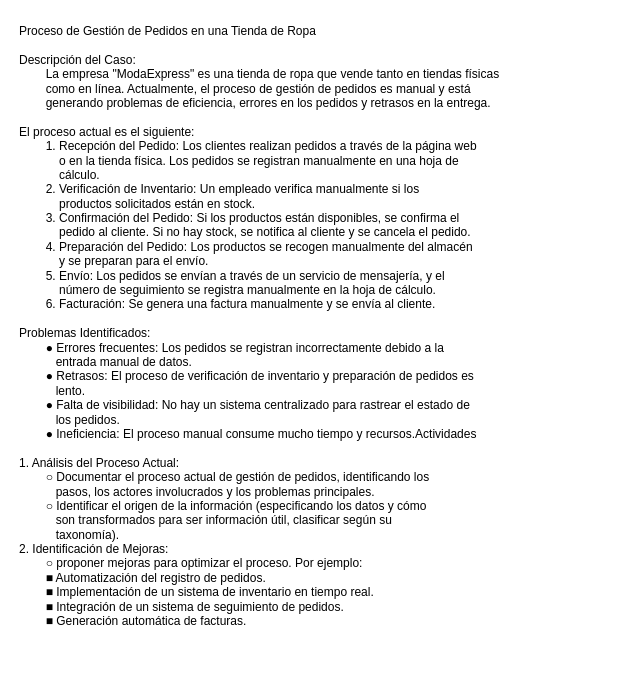
This is page "Casos de Uso" (1 of 4) of presentacion.drawio from maurobanegas43/Presentacion, a draw.io file, before an edit. Source tidied: cells renumbered, new cells numbered last; positions are measured from the earlier drawing's top-left corner, leaving out a move shared by most shapes. Both pictures are drawn from the tidied source at 100%, with x=0, y=0 at pixel (17, 17).
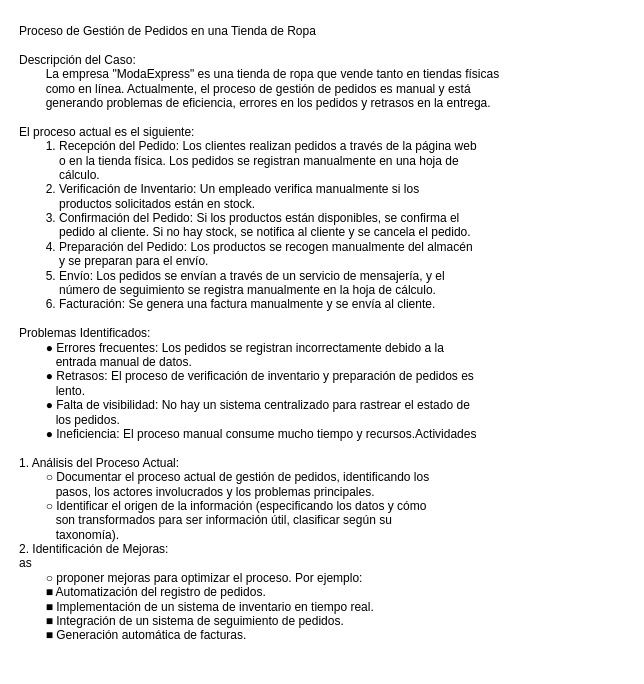
The same diagram, later.

What changed in the source:
```diff
@@
 <mxGraphModel>
   <root>
     <mxCell id="0" />
     <mxCell id="1" parent="0" />
-    <mxCell id="2" value="Proceso de Gestión de Pedidos en una Tienda de Ropa&lt;br&gt;&lt;br&gt;&lt;div&gt;Descripción del Caso:&lt;br&gt;&lt;span style=&quot;white-space: pre;&quot;&gt;&#9;&lt;/span&gt;La empresa &quot;ModaExpress&quot; es una tienda de ropa que vende tanto en tiendas físicas&lt;br&gt;&lt;span style=&quot;white-space: pre;&quot;&gt;&#9;&lt;/span&gt;como en línea. Actualmente, el proceso de gestión de pedidos es manual y está&lt;br&gt;&lt;span style=&quot;white-space: pre;&quot;&gt;&#9;&lt;/span&gt;generando problemas de eficiencia, errores en los pedidos y retrasos en la entrega.&lt;br&gt;&lt;br&gt;&lt;/div&gt;&lt;div&gt;El proceso actual es el siguiente:&lt;br&gt;&lt;span style=&quot;white-space: pre;&quot;&gt;&#9;&lt;/span&gt;1. Recepción del Pedido: Los clientes realizan pedidos a través de la página web&lt;br&gt;&lt;span style=&quot;white-space: pre;&quot;&gt;&#9;&lt;/span&gt;&amp;nbsp; &amp;nbsp; o en la tienda física. Los pedidos se registran manualmente en una hoja de&lt;br&gt;&lt;span style=&quot;white-space: pre;&quot;&gt;&#9;&lt;/span&gt;&amp;nbsp; &amp;nbsp; cálculo.&lt;br&gt;&lt;span style=&quot;white-space: pre;&quot;&gt;&#9;&lt;/span&gt;2. Verificación de Inventario: Un empleado verifica manualmente si los&lt;br&gt;&lt;span style=&quot;white-space: pre;&quot;&gt;&#9;&lt;/span&gt;&amp;nbsp; &amp;nbsp; productos solicitados están en stock.&lt;br&gt;&lt;span style=&quot;white-space: pre;&quot;&gt;&#9;&lt;/span&gt;3. Confirmación del Pedido: Si los productos están disponibles, se confirma el&lt;br&gt;&lt;span style=&quot;white-space: pre;&quot;&gt;&#9;&lt;/span&gt;&amp;nbsp; &amp;nbsp; pedido al cliente. Si no hay stock, se notifica al cliente y se cancela el pedido.&lt;br&gt;&lt;span style=&quot;white-space: pre;&quot;&gt;&#9;&lt;/span&gt;4. Preparación del Pedido: Los productos se recogen manualmente del almacén&lt;br&gt;&lt;span style=&quot;white-space: pre;&quot;&gt;&#9;&lt;/span&gt;&amp;nbsp; &amp;nbsp; y se preparan para el envío.&lt;br&gt;&lt;span style=&quot;white-space: pre;&quot;&gt;&#9;&lt;/span&gt;5. Envío: Los pedidos se envían a través de un servicio de mensajería, y el&lt;br&gt;&lt;span style=&quot;white-space: pre;&quot;&gt;&#9;&lt;/span&gt;&amp;nbsp; &amp;nbsp; número de seguimiento se registra manualmente en la hoja de cálculo.&lt;br&gt;&lt;span style=&quot;white-space: pre;&quot;&gt;&#9;&lt;/span&gt;6. Facturación: Se genera una factura manualmente y se envía al cliente.&lt;br&gt;&lt;br&gt;&lt;/div&gt;&lt;div&gt;Problemas Identificados:&lt;br&gt;&lt;span style=&quot;white-space: pre;&quot;&gt;&#9;&lt;/span&gt;● Errores frecuentes: Los pedidos se registran incorrectamente debido a la&lt;br&gt;&lt;span style=&quot;white-space: pre;&quot;&gt;&#9;&lt;/span&gt;&amp;nbsp; &amp;nbsp;entrada manual de datos.&lt;br&gt;&lt;span style=&quot;white-space: pre;&quot;&gt;&#9;&lt;/span&gt;● Retrasos: El proceso de verificación de inventario y preparación de pedidos es&lt;br&gt;&lt;span style=&quot;white-space: pre;&quot;&gt;&#9;&lt;/span&gt;&amp;nbsp; &amp;nbsp;lento.&lt;br&gt;&lt;span style=&quot;white-space: pre;&quot;&gt;&#9;&lt;/span&gt;● Falta de visibilidad: No hay un sistema centralizado para rastrear el estado de&lt;br&gt;&lt;span style=&quot;white-space: pre;&quot;&gt;&#9;&lt;/span&gt;&amp;nbsp; &amp;nbsp;los pedidos.&lt;br&gt;&lt;span style=&quot;white-space: pre;&quot;&gt;&#9;&lt;/span&gt;● Ineficiencia: El proceso manual consume mucho tiempo y recursos.Actividades&lt;br&gt;&lt;br&gt;&lt;/div&gt;&lt;div&gt;1. Análisis del Proceso Actual:&lt;br&gt;&lt;span style=&quot;white-space: pre;&quot;&gt;&#9;&lt;/span&gt;○ Documentar el proceso actual de gestión de pedidos, identificando los&lt;br&gt;&lt;span style=&quot;white-space: pre;&quot;&gt;&#9;&lt;/span&gt;&amp;nbsp; &amp;nbsp;pasos, los actores involucrados y los problemas principales.&lt;br&gt;&lt;span style=&quot;white-space: pre;&quot;&gt;&#9;&lt;/span&gt;○ Identificar el origen de la información (especificando los datos y cómo&lt;br&gt;&lt;span style=&quot;white-space: pre;&quot;&gt;&#9;&lt;/span&gt;&amp;nbsp; &amp;nbsp;son transformados para ser información útil, clasificar según su&lt;br&gt;&lt;span style=&quot;white-space: pre;&quot;&gt;&#9;&lt;/span&gt;&amp;nbsp; &amp;nbsp;taxonomía).&lt;br&gt;2. Identificación de Mejoras:&lt;br&gt;&lt;span style=&quot;white-space: pre;&quot;&gt;&#9;&lt;/span&gt;○ proponer mejoras para optimizar el proceso. Por ejemplo:&lt;br&gt;&lt;span style=&quot;white-space: pre;&quot;&gt;&#9;&lt;/span&gt;■ Automatización del registro de pedidos.&lt;br&gt;&lt;span style=&quot;white-space: pre;&quot;&gt;&#9;&lt;/span&gt;■ Implementación de un sistema de inventario en tiempo real.&lt;br&gt;&lt;span style=&quot;white-space: pre;&quot;&gt;&#9;&lt;/span&gt;■ Integración de un sistema de seguimiento de pedidos.&lt;br&gt;&lt;span style=&quot;white-space: pre;&quot;&gt;&#9;&lt;/span&gt;■ Generación automática de facturas.&lt;/div&gt;" style="text;whiteSpace=wrap;html=1;" parent="1" vertex="1">
+    <mxCell id="2" value="Proceso de Gestión de Pedidos en una Tienda de Ropa&lt;br&gt;&lt;br&gt;&lt;div&gt;Descripción del Caso:&lt;br&gt;&lt;span style=&quot;white-space: pre;&quot;&gt;&#9;&lt;/span&gt;La empresa &quot;ModaExpress&quot; es una tienda de ropa que vende tanto en tiendas físicas&lt;br&gt;&lt;span style=&quot;white-space: pre;&quot;&gt;&#9;&lt;/span&gt;como en línea. Actualmente, el proceso de gestión de pedidos es manual y está&lt;br&gt;&lt;span style=&quot;white-space: pre;&quot;&gt;&#9;&lt;/span&gt;generando problemas de eficiencia, errores en los pedidos y retrasos en la entrega.&lt;br&gt;&lt;br&gt;&lt;/div&gt;&lt;div&gt;El proceso actual es el siguiente:&lt;br&gt;&lt;span style=&quot;white-space: pre;&quot;&gt;&#9;&lt;/span&gt;1. Recepción del Pedido: Los clientes realizan pedidos a través de la página web&lt;br&gt;&lt;span style=&quot;white-space: pre;&quot;&gt;&#9;&lt;/span&gt;&amp;nbsp; &amp;nbsp; o en la tienda física. Los pedidos se registran manualmente en una hoja de&lt;br&gt;&lt;span style=&quot;white-space: pre;&quot;&gt;&#9;&lt;/span&gt;&amp;nbsp; &amp;nbsp; cálculo.&lt;br&gt;&lt;span style=&quot;white-space: pre;&quot;&gt;&#9;&lt;/span&gt;2. Verificación de Inventario: Un empleado verifica manualmente si los&lt;br&gt;&lt;span style=&quot;white-space: pre;&quot;&gt;&#9;&lt;/span&gt;&amp;nbsp; &amp;nbsp; productos solicitados están en stock.&lt;br&gt;&lt;span style=&quot;white-space: pre;&quot;&gt;&#9;&lt;/span&gt;3. Confirmación del Pedido: Si los productos están disponibles, se confirma el&lt;br&gt;&lt;span style=&quot;white-space: pre;&quot;&gt;&#9;&lt;/span&gt;&amp;nbsp; &amp;nbsp; pedido al cliente. Si no hay stock, se notifica al cliente y se cancela el pedido.&lt;br&gt;&lt;span style=&quot;white-space: pre;&quot;&gt;&#9;&lt;/span&gt;4. Preparación del Pedido: Los productos se recogen manualmente del almacén&lt;br&gt;&lt;span style=&quot;white-space: pre;&quot;&gt;&#9;&lt;/span&gt;&amp;nbsp; &amp;nbsp; y se preparan para el envío.&lt;br&gt;&lt;span style=&quot;white-space: pre;&quot;&gt;&#9;&lt;/span&gt;5. Envío: Los pedidos se envían a través de un servicio de mensajería, y el&lt;br&gt;&lt;span style=&quot;white-space: pre;&quot;&gt;&#9;&lt;/span&gt;&amp;nbsp; &amp;nbsp; número de seguimiento se registra manualmente en la hoja de cálculo.&lt;br&gt;&lt;span style=&quot;white-space: pre;&quot;&gt;&#9;&lt;/span&gt;6. Facturación: Se genera una factura manualmente y se envía al cliente.&lt;br&gt;&lt;br&gt;&lt;/div&gt;&lt;div&gt;Problemas Identificados:&lt;br&gt;&lt;span style=&quot;white-space: pre;&quot;&gt;&#9;&lt;/span&gt;● Errores frecuentes: Los pedidos se registran incorrectamente debido a la&lt;br&gt;&lt;span style=&quot;white-space: pre;&quot;&gt;&#9;&lt;/span&gt;&amp;nbsp; &amp;nbsp;entrada manual de datos.&lt;br&gt;&lt;span style=&quot;white-space: pre;&quot;&gt;&#9;&lt;/span&gt;● Retrasos: El proceso de verificación de inventario y preparación de pedidos es&lt;br&gt;&lt;span style=&quot;white-space: pre;&quot;&gt;&#9;&lt;/span&gt;&amp;nbsp; &amp;nbsp;lento.&lt;br&gt;&lt;span style=&quot;white-space: pre;&quot;&gt;&#9;&lt;/span&gt;● Falta de visibilidad: No hay un sistema centralizado para rastrear el estado de&lt;br&gt;&lt;span style=&quot;white-space: pre;&quot;&gt;&#9;&lt;/span&gt;&amp;nbsp; &amp;nbsp;los pedidos.&lt;br&gt;&lt;span style=&quot;white-space: pre;&quot;&gt;&#9;&lt;/span&gt;● Ineficiencia: El proceso manual consume mucho tiempo y recursos.Actividades&lt;br&gt;&lt;br&gt;&lt;/div&gt;&lt;div&gt;1. Análisis del Proceso Actual:&lt;br&gt;&lt;span style=&quot;white-space: pre;&quot;&gt;&#9;&lt;/span&gt;○ Documentar el proceso actual de gestión de pedidos, identificando los&lt;br&gt;&lt;span style=&quot;white-space: pre;&quot;&gt;&#9;&lt;/span&gt;&amp;nbsp; &amp;nbsp;pasos, los actores involucrados y los problemas principales.&lt;br&gt;&lt;span style=&quot;white-space: pre;&quot;&gt;&#9;&lt;/span&gt;○ Identificar el origen de la información (especificando los datos y cómo&lt;br&gt;&lt;span style=&quot;white-space: pre;&quot;&gt;&#9;&lt;/span&gt;&amp;nbsp; &amp;nbsp;son transformados para ser información útil, clasificar según su&lt;br&gt;&lt;span style=&quot;white-space: pre;&quot;&gt;&#9;&lt;/span&gt;&amp;nbsp; &amp;nbsp;taxonomía).&lt;br&gt;2. Identificación de Mejoras:&lt;/div&gt;&lt;div&gt;as&lt;br&gt;&lt;span style=&quot;white-space: pre;&quot;&gt;&#9;&lt;/span&gt;○ proponer mejoras para optimizar el proceso. Por ejemplo:&lt;br&gt;&lt;span style=&quot;white-space: pre;&quot;&gt;&#9;&lt;/span&gt;■ Automatización del registro de pedidos.&lt;br&gt;&lt;span style=&quot;white-space: pre;&quot;&gt;&#9;&lt;/span&gt;■ Implementación de un sistema de inventario en tiempo real.&lt;br&gt;&lt;span style=&quot;white-space: pre;&quot;&gt;&#9;&lt;/span&gt;■ Integración de un sistema de seguimiento de pedidos.&lt;br&gt;&lt;span style=&quot;white-space: pre;&quot;&gt;&#9;&lt;/span&gt;■ Generación automática de facturas.&lt;/div&gt;" style="text;whiteSpace=wrap;html=1;" parent="1" vertex="1">
       <mxGeometry width="610" height="650" as="geometry" />
     </mxCell>
   </root>
 </mxGraphModel>
```
